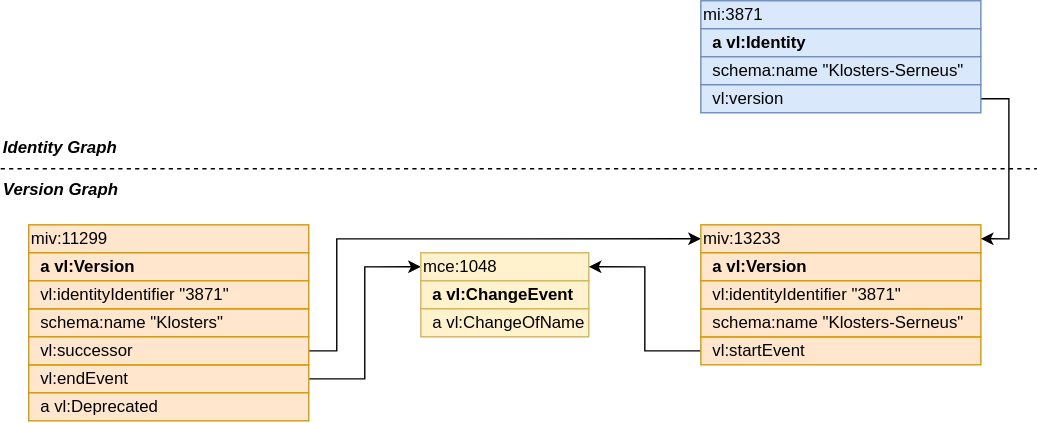
Earlier version of the draw.io export img/basics.svg (SwissFederalArchives/version-link). Source tidied: cells renumbered, new cells last; positions are measured from the earlier drawing's top-left corner, leaving out a move shared by most shapes.
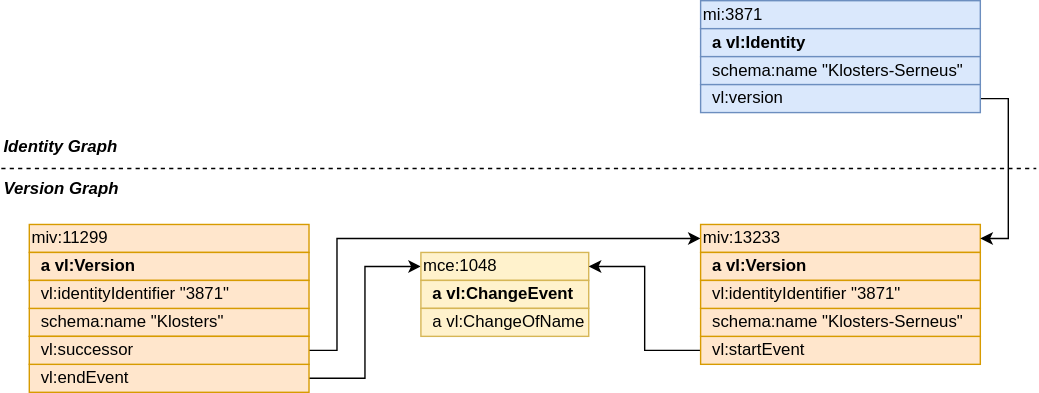
The same file after the commit.

Diff of the diagram source:
```diff
@@ -89,9 +89,6 @@
     <mxCell id="24" value="&lt;b&gt;&lt;i&gt;Version Graph&lt;/i&gt;&lt;/b&gt;" style="text;html=1;strokeColor=none;fillColor=none;align=left;verticalAlign=middle;whiteSpace=wrap;rounded=0;" parent="1" vertex="1">
       <mxGeometry y="120" width="100" height="30" as="geometry" />
     </mxCell>
-    <mxCell id="25" value="&amp;nbsp; a vl:Deprecated" style="rounded=0;whiteSpace=wrap;html=1;fillColor=#ffe6cc;strokeColor=#d79b00;align=left;fontSize=12;" parent="1" vertex="1">
-      <mxGeometry x="20" y="280" width="200" height="20" as="geometry" />
-    </mxCell>
     <mxCell id="26" value="&amp;nbsp; vl:identityIdentifier &quot;3871&quot;" style="rounded=0;whiteSpace=wrap;html=1;fillColor=#ffe6cc;strokeColor=#d79b00;align=left;fontSize=12;" parent="1" vertex="1">
       <mxGeometry x="20" y="200" width="200" height="20" as="geometry" />
     </mxCell>
```
